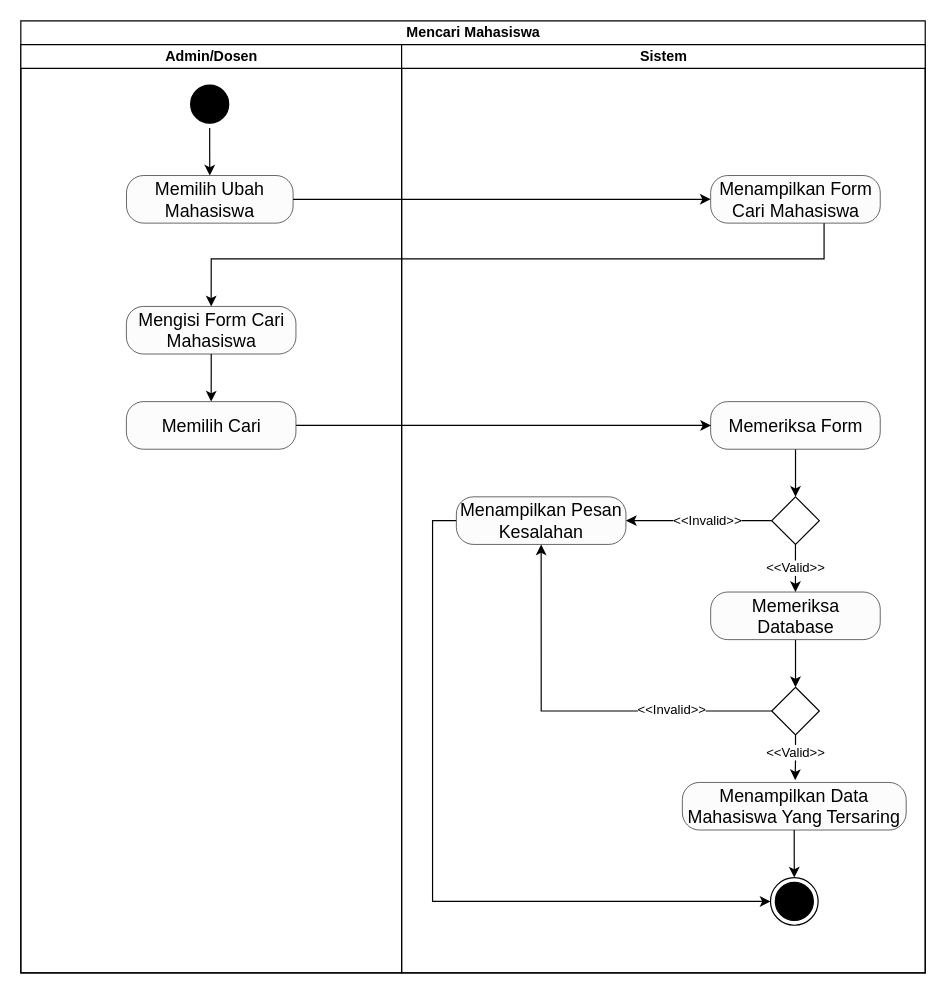
Earlier version of the draw.io diagram page "Mencari Mahasiswa" (6 of 6) of activity-diagram/mengelola-mahasiswa.drawio (ziancarlos/sistem-absensi-uph). Source tidied: cells renumbered, new cells numbered last; positions are measured from the earlier drawing's top-left corner, leaving out a move shared by most shapes. Both pictures are drawn from the tidied source at 119%, with x=0, y=0 at pixel (20, 20).
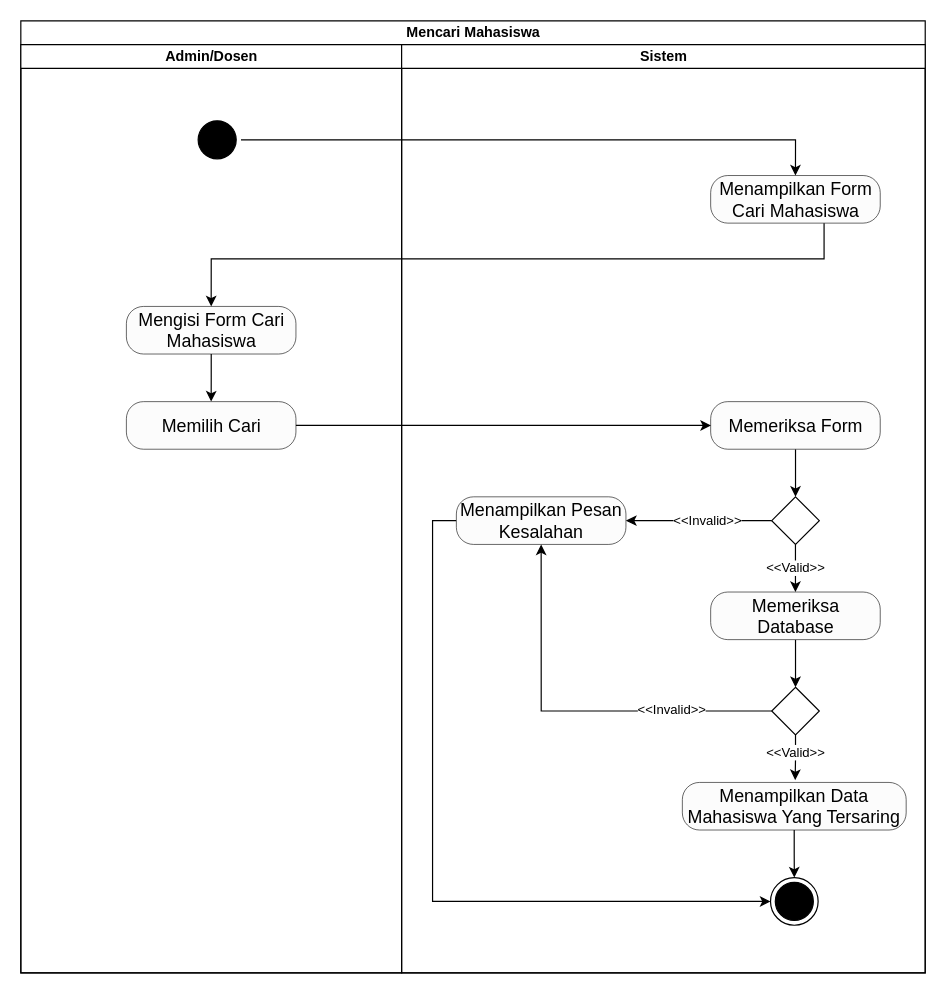
The same page after the edit.

The change refers to these unchanged cells:
```xml
<mxCell id="2" value="Mencari Mahasiswa" style="swimlane;startSize=20;html=1;" parent="1" vertex="1">
  <mxGeometry width="760" height="800" as="geometry" />
</mxCell>
<mxCell id="3" value="Admin/Dosen" style="swimlane;startSize=20;html=1;" parent="2" vertex="1">
  <mxGeometry y="20" width="320" height="780" as="geometry" />
</mxCell>
<mxCell id="12" value="Menampilkan Form Cari Mahasiswa" style="rounded=1;whiteSpace=wrap;html=1;fillColor=#FCFCFC;arcSize=36;strokeWidth=0.5;fontSize=15;" parent="11" vertex="1">
  <mxGeometry x="259.7" y="110" width="142.5" height="40" as="geometry" />
</mxCell>
```

Diff of the diagram source:
```diff
@@
-    <mxCell id="4" style="edgeStyle=orthogonalEdgeStyle;rounded=0;jettySize=auto;html=1;entryX=0.5;entryY=0;entryDx=0;entryDy=0;" parent="3" edge="1" source="5" target="6">
-      <mxGeometry relative="1" as="geometry" />
-    </mxCell>
     <mxCell id="5" style="ellipse;html=1;shape=startState;fillColor=#000000;strokeColor=#000000;" parent="3" vertex="1">
-      <mxGeometry x="138.7" y="30" width="40" height="40" as="geometry" />
+      <mxGeometry x="145" y="60" width="40" height="40" as="geometry" />
     </mxCell>
-    <mxCell id="6" value="Memilih Ubah Mahasiswa" style="rounded=1;whiteSpace=wrap;html=1;fillColor=#FCFCFC;arcSize=36;strokeWidth=0.5;fontSize=15;" parent="3" vertex="1">
-      <mxGeometry x="88.8" y="110" width="140" height="40" as="geometry" />
-    </mxCell>
@@
-    <mxCell id="10" style="edgeStyle=orthogonalEdgeStyle;rounded=0;jettySize=auto;html=1;" parent="2" edge="1" source="6" target="12">
-      <mxGeometry relative="1" as="geometry" />
-    </mxCell>
@@
+    <mxCell id="33" style="edgeStyle=orthogonalEdgeStyle;rounded=0;jettySize=auto;html=1;entryX=0.5;entryY=0;entryDx=0;entryDy=0;" parent="2" edge="1" source="5" target="12">
+      <mxGeometry relative="1" as="geometry" />
+    </mxCell>
```
